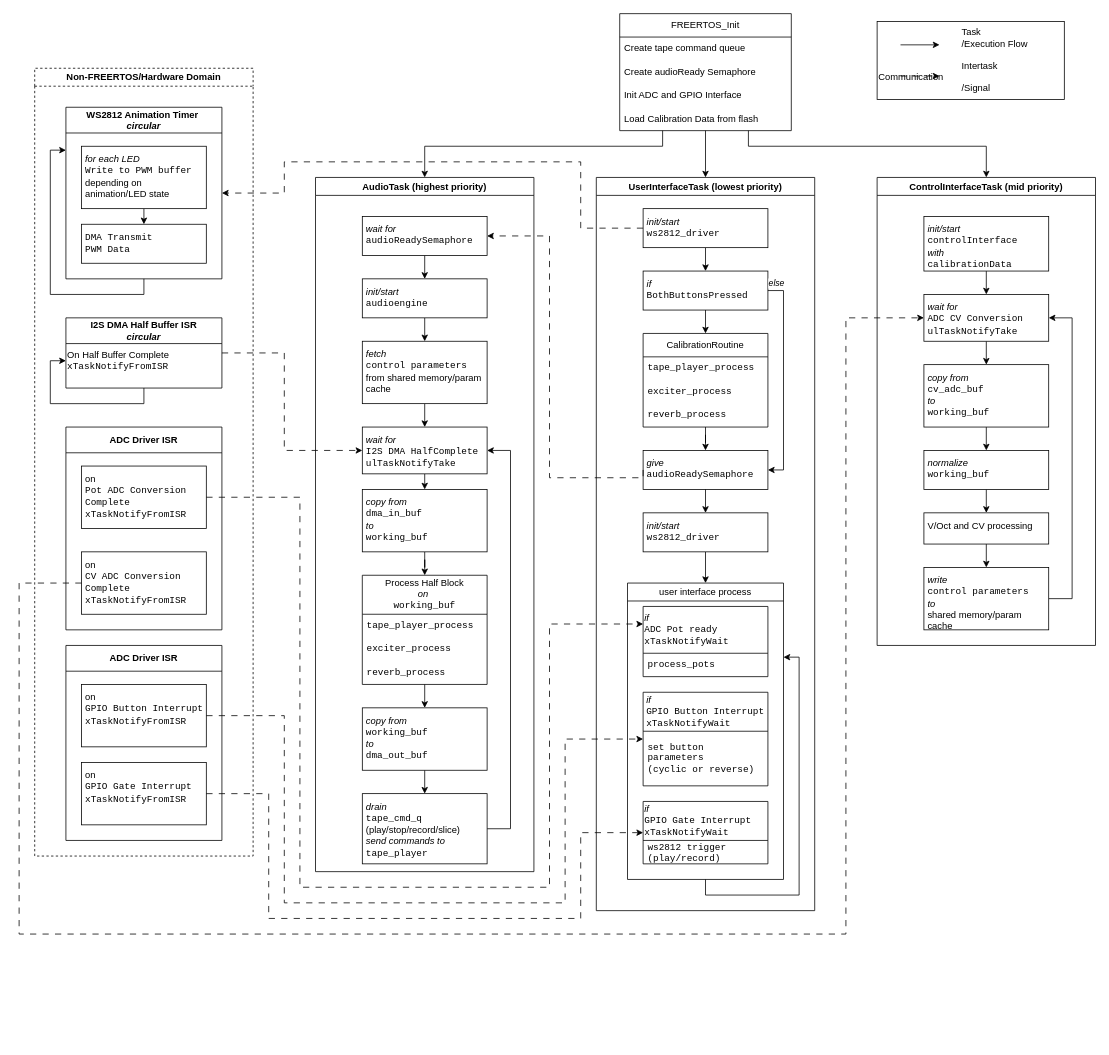
The draw.io diagram docs/ba/diagrams/freertos_flow_diagram.drawio in 95lux/aware01, before the edit. Source tidied: cells renumbered, new cells numbered last; positions are measured from the earlier drawing's top-left corner, leaving out a move shared by most shapes. Both pictures are drawn from the tidied source at 78%, with x=0, y=0 at pixel (19, 13).
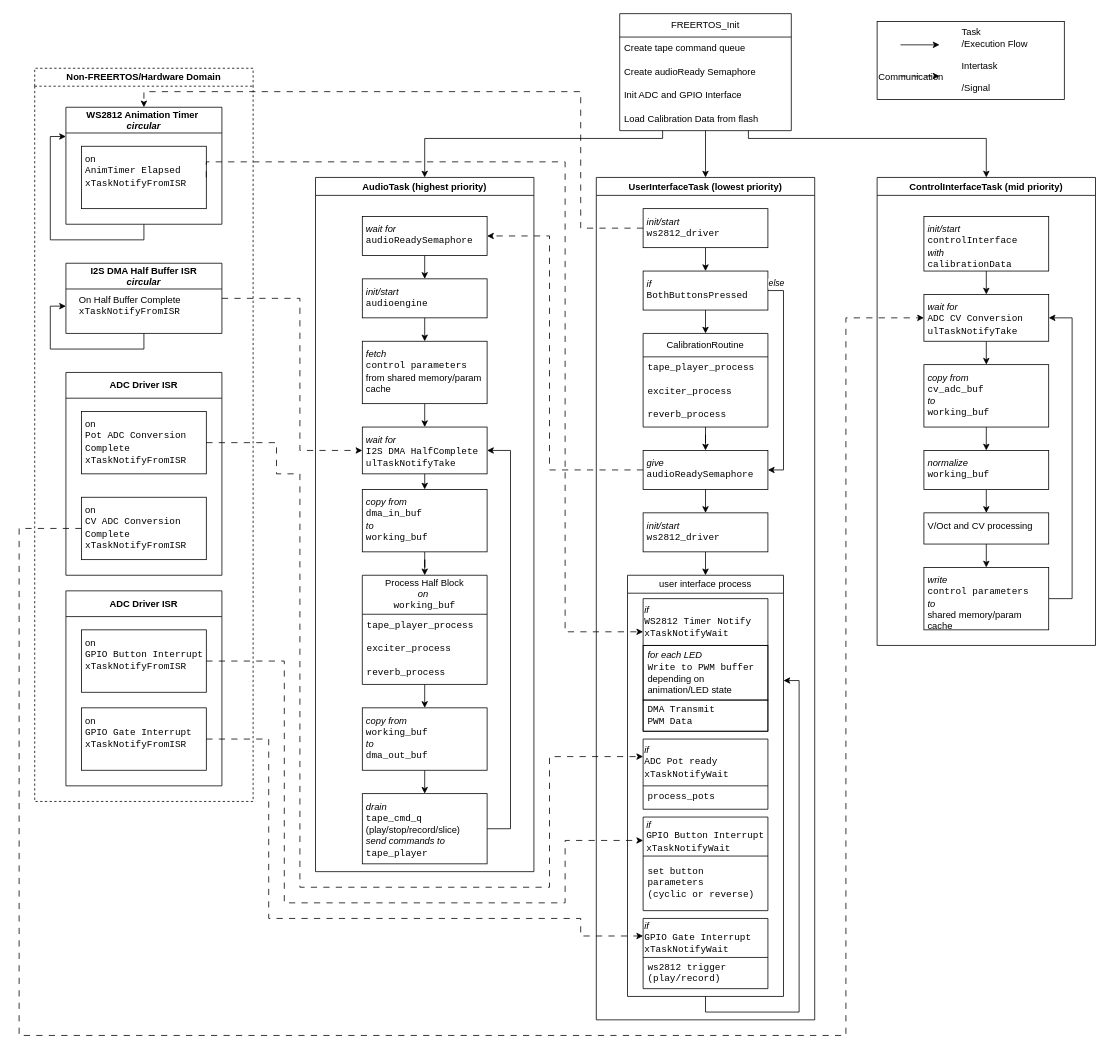
Above is the later version.

The change refers to these unchanged cells:
```xml
<mxCell id="5" value="FREERTOS_Init" style="swimlane;fontStyle=0;horizontal=1;startSize=30;whiteSpace=wrap;html=1;fontFamily=Latin Modern;points=[[0,0,0,0,0],[0,0.25,0,0,0],[0,0.5,0,0,0],[0,0.75,0,0,0],[0,1,0,0,0],[0.25,0,0,0,0],[0.25,1,0,0,0],[0.5,0,0,0,0],[0.5,1,0,0,0],[0.75,0,0,0,0],[0.75,1,0,0,0],[1,0,0,0,0],[1,0.25,0,0,0],[1,0.5,0,0,0],[1,0.75,0,0,0],[1,1,0,0,0]];" parent="1" vertex="1">
  <mxGeometry x="770" width="220" height="150" as="geometry" />
</mxCell>
<mxCell id="10" value="AudioTask (highest priority)" style="swimlane;whiteSpace=wrap;html=1;fontFamily=Latin Modern;" parent="1" vertex="1">
  <mxGeometry x="380" y="210" width="280" height="890" as="geometry" />
</mxCell>
<mxCell id="12" value="&lt;i&gt;wait for&lt;/i&gt;&lt;div&gt;&lt;font face=&quot;Courier New&quot;&gt;audioReadySemaphore&lt;/font&gt;&lt;/div&gt;" style="rounded=0;whiteSpace=wrap;html=1;align=left;verticalAlign=top;spacing=5;fontFamily=Latin Modern;" parent="10" vertex="1">
  <mxGeometry x="60" y="50" width="160" height="50" as="geometry" />
</mxCell>
<mxCell id="14" value="&lt;i&gt;&lt;font&gt;wait for&lt;/font&gt;&lt;/i&gt;&lt;div&gt;&lt;font face=&quot;Courier New&quot;&gt;I2S DMA HalfComplete&lt;/font&gt;&lt;/div&gt;&lt;div&gt;&lt;font face=&quot;Courier New&quot;&gt;ulTaskNotifyTake&lt;/font&gt;&lt;/div&gt;" style="rounded=0;whiteSpace=wrap;html=1;align=left;verticalAlign=top;spacingLeft=0;spacing=5;fontFamily=Latin Modern;" parent="10" vertex="1">
  <mxGeometry x="60" y="320" width="160" height="60" as="geometry" />
</mxCell>
<mxCell id="39" value="&lt;div&gt;&lt;i&gt;give&lt;/i&gt;&lt;/div&gt;&lt;div&gt;&lt;font face=&quot;Courier New&quot;&gt;audioReadySemaphore&lt;/font&gt;&lt;/div&gt;" style="rounded=0;whiteSpace=wrap;html=1;align=left;verticalAlign=top;spacingLeft=0;spacing=5;fontFamily=Latin Modern;" parent="31" vertex="1">
  <mxGeometry x="60" y="350" width="160" height="50" as="geometry" />
</mxCell>
<mxCell id="45" value="&lt;div&gt;&lt;i&gt;init/start&lt;/i&gt;&lt;/div&gt;&lt;div&gt;&lt;font face=&quot;Courier New&quot;&gt;ws2812_driver&lt;/font&gt;&lt;/div&gt;" style="rounded=0;whiteSpace=wrap;html=1;align=left;verticalAlign=top;spacing=5;fontFamily=Latin Modern;" parent="31" vertex="1">
  <mxGeometry x="60" y="40" width="160" height="50" as="geometry" />
</mxCell>
<mxCell id="56" value="&lt;strong&gt;ControlInterfaceTask (mid priority)&lt;/strong&gt;" style="swimlane;whiteSpace=wrap;html=1;fontFamily=Latin Modern;" parent="1" vertex="1">
  <mxGeometry x="1100" y="210" width="280" height="600" as="geometry" />
</mxCell>
<mxCell id="61" value="&lt;i&gt;&lt;font&gt;wait for&lt;/font&gt;&lt;/i&gt;&lt;div&gt;&lt;span style=&quot;font-family: &amp;quot;Courier New&amp;quot;; background-color: transparent; color: light-dark(rgb(0, 0, 0), rgb(255, 255, 255));&quot;&gt;ADC CV Conversion&lt;/span&gt;&lt;/div&gt;&lt;div&gt;&lt;span style=&quot;font-family: &amp;quot;Courier New&amp;quot;; background-color: transparent; color: light-dark(rgb(0, 0, 0), rgb(255, 255, 255));&quot;&gt;ulTaskNotifyTake&lt;/span&gt;&lt;/div&gt;" style="rounded=0;whiteSpace=wrap;html=1;align=left;verticalAlign=top;spacingLeft=0;spacing=5;fontFamily=Latin Modern;" parent="56" vertex="1">
  <mxGeometry x="60" y="150" width="160" height="60" as="geometry" />
</mxCell>
<mxCell id="74" value="&lt;div style=&quot;&quot;&gt;on&amp;nbsp;&lt;/div&gt;&lt;div style=&quot;&quot;&gt;&lt;font face=&quot;Courier New&quot;&gt;CV ADC&amp;nbsp;&lt;span style=&quot;background-color: transparent; color: light-dark(rgb(0, 0, 0), rgb(255, 255, 255));&quot;&gt;Conversion Complete&lt;/span&gt;&lt;/font&gt;&lt;/div&gt;&lt;div style=&quot;&quot;&gt;&lt;span style=&quot;font-family: &amp;quot;Courier New&amp;quot;; background-color: transparent; color: light-dark(rgb(0, 0, 0), rgb(255, 255, 255));&quot;&gt;xTaskNotifyFromISR&lt;/span&gt;&lt;/div&gt;" style="rounded=0;whiteSpace=wrap;html=1;align=left;verticalAlign=top;spacingLeft=0;spacing=5;fontFamily=Latin Modern;" parent="73" vertex="1">
  <mxGeometry x="20" y="160" width="160" height="80" as="geometry" />
</mxCell>
<mxCell id="75" value="&lt;div style=&quot;&quot;&gt;on&amp;nbsp;&lt;/div&gt;&lt;div style=&quot;&quot;&gt;&lt;font face=&quot;Courier New&quot;&gt;Pot ADC&amp;nbsp;&lt;span style=&quot;background-color: transparent; color: light-dark(rgb(0, 0, 0), rgb(255, 255, 255));&quot;&gt;Conversion Complete&lt;/span&gt;&lt;/font&gt;&lt;/div&gt;&lt;div style=&quot;&quot;&gt;&lt;span style=&quot;font-family: &amp;quot;Courier New&amp;quot;; background-color: transparent; color: light-dark(rgb(0, 0, 0), rgb(255, 255, 255));&quot;&gt;xTaskNotifyFromISR&lt;/span&gt;&lt;/div&gt;" style="rounded=0;whiteSpace=wrap;html=1;align=left;verticalAlign=top;spacingLeft=0;spacing=5;fontFamily=Latin Modern;" parent="73" vertex="1">
  <mxGeometry x="20" y="50" width="160" height="80" as="geometry" />
</mxCell>
<mxCell id="80" value="&lt;div style=&quot;&quot;&gt;&lt;div&gt;on&amp;nbsp;&lt;/div&gt;&lt;div&gt;&lt;span style=&quot;background-color: transparent; color: light-dark(rgb(0, 0, 0), rgb(255, 255, 255)); font-family: &amp;quot;Courier New&amp;quot;;&quot;&gt;GPIO Button Interrupt&lt;/span&gt;&lt;/div&gt;&lt;div&gt;&lt;span style=&quot;background-color: transparent; color: light-dark(rgb(0, 0, 0), rgb(255, 255, 255)); font-family: &amp;quot;Courier New&amp;quot;;&quot;&gt;xTaskNotifyFromISR&lt;/span&gt;&lt;/div&gt;&lt;/div&gt;" style="rounded=0;whiteSpace=wrap;html=1;align=left;verticalAlign=top;spacingLeft=0;spacing=5;fontFamily=Latin Modern;" parent="79" vertex="1">
  <mxGeometry x="20" y="50" width="160" height="80" as="geometry" />
</mxCell>
<mxCell id="81" value="&lt;div style=&quot;&quot;&gt;on&amp;nbsp;&lt;/div&gt;&lt;div style=&quot;&quot;&gt;&lt;span style=&quot;background-color: transparent; color: light-dark(rgb(0, 0, 0), rgb(255, 255, 255)); font-family: &amp;quot;Courier New&amp;quot;;&quot;&gt;GPIO Gate Interrupt&lt;/span&gt;&lt;/div&gt;&lt;div style=&quot;&quot;&gt;&lt;span style=&quot;background-color: transparent; color: light-dark(rgb(0, 0, 0), rgb(255, 255, 255)); font-family: &amp;quot;Courier New&amp;quot;;&quot;&gt;xTaskNotifyFromISR&lt;/span&gt;&lt;/div&gt;" style="rounded=0;whiteSpace=wrap;html=1;align=left;verticalAlign=top;spacingLeft=0;spacing=5;fontFamily=Latin Modern;" parent="79" vertex="1">
  <mxGeometry x="20" y="150" width="160" height="80" as="geometry" />
</mxCell>
```

The edit, as a diff of the source:
```diff
@@
     <mxCell id="2" style="edgeStyle=orthogonalEdgeStyle;rounded=0;jettySize=auto;html=1;exitX=0.25;exitY=1;exitDx=0;exitDy=0;exitPerimeter=0;entryX=0.5;entryY=0;entryDx=0;entryDy=0;" parent="1" edge="1" source="5" target="10">
       <mxGeometry relative="1" as="geometry">
         <Array as="points">
-          <mxPoint x="825" y="170" />
-          <mxPoint x="520" y="170" />
+          <mxPoint x="825" y="160" />
+          <mxPoint x="520" y="160" />
         </Array>
       </mxGeometry>
     </mxCell>
@@
     <mxCell id="4" style="edgeStyle=orthogonalEdgeStyle;rounded=0;jettySize=auto;html=1;exitX=0.75;exitY=1;exitDx=0;exitDy=0;exitPerimeter=0;entryX=0.5;entryY=0;entryDx=0;entryDy=0;" parent="1" edge="1" source="5" target="56">
       <mxGeometry relative="1" as="geometry">
         <Array as="points">
-          <mxPoint x="935" y="170" />
-          <mxPoint x="1240" y="170" />
+          <mxPoint x="935" y="160" />
+          <mxPoint x="1240" y="160" />
         </Array>
       </mxGeometry>
     </mxCell>
@@
     <mxCell id="30" style="edgeStyle=orthogonalEdgeStyle;rounded=0;jettySize=auto;html=1;exitX=1;exitY=0.5;exitDx=0;exitDy=0;entryX=0;entryY=0.5;entryDx=0;entryDy=0;dashed=1;dashPattern=8 8;" parent="1" edge="1" source="76" target="14">
       <mxGeometry relative="1" as="geometry">
         <Array as="points">
-          <mxPoint x="340" y="435" />
-          <mxPoint x="340" y="560" />
+          <mxPoint x="360" y="365" />
+          <mxPoint x="360" y="560" />
         </Array>
       </mxGeometry>
     </mxCell>
     <mxCell id="31" value="&lt;strong&gt;UserInterfaceTask (lowest priority)&lt;/strong&gt;" style="swimlane;whiteSpace=wrap;html=1;fontFamily=Latin Modern;" parent="1" vertex="1">
-      <mxGeometry x="740" y="210" width="280" height="940" as="geometry" />
+      <mxGeometry x="740" y="210" width="280" height="1080" as="geometry" />
     </mxCell>
@@
     <mxCell id="46" value="&lt;span style=&quot;font-weight: normal;&quot;&gt;user interface process&lt;/span&gt;" style="swimlane;whiteSpace=wrap;html=1;" parent="31" vertex="1">
-      <mxGeometry x="40" y="520" width="200" height="380" as="geometry" />
+      <mxGeometry x="40" y="510" width="200" height="540" as="geometry" />
     </mxCell>
     <mxCell id="47" value="&lt;div style=&quot;&quot;&gt;&lt;i&gt;if&amp;nbsp;&lt;/i&gt;&lt;/div&gt;&lt;div style=&quot;&quot;&gt;&lt;font face=&quot;Courier New&quot;&gt;GPIO Gate Interrupt&lt;/font&gt;&lt;/div&gt;&lt;div style=&quot;&quot;&gt;&lt;font face=&quot;Courier New&quot;&gt;xTaskNotifyWait&lt;/font&gt;&lt;/div&gt;" style="swimlane;fontStyle=0;horizontal=1;startSize=50;whiteSpace=wrap;html=1;fontFamily=Latin Modern;align=left;" parent="46" vertex="1">
-      <mxGeometry x="20" y="280" width="160" height="80" as="geometry" />
+      <mxGeometry x="20" y="440" width="160" height="90" as="geometry" />
     </mxCell>
     <mxCell id="48" value="ws2812 trigger (play/record)" style="text;strokeColor=none;fillColor=none;align=left;verticalAlign=middle;spacingLeft=4;spacingRight=4;overflow=hidden;whiteSpace=wrap;html=1;fontFamily=Courier New;" parent="47" vertex="1">
-      <mxGeometry y="50" width="160" height="30" as="geometry" />
+      <mxGeometry y="50" width="160" height="40" as="geometry" />
     </mxCell>
     <mxCell id="49" value="&lt;div style=&quot;&quot;&gt;&lt;i&gt;if&amp;nbsp;&lt;/i&gt;&lt;/div&gt;&lt;div style=&quot;&quot;&gt;&lt;font face=&quot;Courier New&quot;&gt;ADC Pot ready&lt;/font&gt;&lt;/div&gt;&lt;div style=&quot;&quot;&gt;&lt;font face=&quot;Courier New&quot;&gt;xTaskNotifyWait&lt;/font&gt;&lt;/div&gt;" style="swimlane;fontStyle=0;horizontal=1;startSize=60;whiteSpace=wrap;html=1;fontFamily=Latin Modern;align=left;" parent="46" vertex="1">
-      <mxGeometry x="20" y="30" width="160" height="90" as="geometry" />
+      <mxGeometry x="20" y="210" width="160" height="90" as="geometry" />
     </mxCell>
@@
     <mxCell id="51" value="&lt;div style=&quot;text-align: left;&quot;&gt;&lt;i&gt;if&amp;nbsp;&lt;/i&gt;&lt;/div&gt;&lt;div style=&quot;text-align: left;&quot;&gt;&lt;font face=&quot;Courier New&quot;&gt;GPIO Button Interrupt&lt;/font&gt;&lt;/div&gt;&lt;div style=&quot;text-align: left;&quot;&gt;&lt;font face=&quot;Courier New&quot;&gt;xTaskNotifyWait&lt;/font&gt;&lt;/div&gt;" style="swimlane;fontStyle=0;horizontal=1;startSize=50;whiteSpace=wrap;html=1;fontFamily=Latin Modern;" parent="46" vertex="1">
-      <mxGeometry x="20" y="140" width="160" height="120" as="geometry" />
+      <mxGeometry x="20" y="310" width="160" height="120" as="geometry" />
     </mxCell>
@@
+    <mxCell id="96" value="&lt;div style=&quot;&quot;&gt;&lt;i&gt;if&amp;nbsp;&lt;/i&gt;&lt;/div&gt;&lt;div style=&quot;&quot;&gt;&lt;span style=&quot;font-family: &amp;quot;Courier New&amp;quot;; background-color: transparent; color: light-dark(rgb(0, 0, 0), rgb(255, 255, 255));&quot;&gt;WS2812 Timer Notify xTaskNotifyWait&lt;/span&gt;&lt;/div&gt;" style="swimlane;fontStyle=0;horizontal=1;startSize=60;whiteSpace=wrap;html=1;fontFamily=Latin Modern;align=left;" parent="46" vertex="1">
+      <mxGeometry x="20" y="30" width="160" height="170" as="geometry" />
+    </mxCell>
+    <mxCell id="84" value="&lt;i style=&quot;font-family: &amp;quot;Latin Modern&amp;quot;;&quot;&gt;for each LED&lt;/i&gt;&lt;div style=&quot;font-family: &amp;quot;Latin Modern&amp;quot;;&quot;&gt;&lt;font face=&quot;Courier New&quot;&gt;Write to PWM buffer&lt;/font&gt;&lt;/div&gt;&lt;div style=&quot;font-family: &amp;quot;Latin Modern&amp;quot;;&quot;&gt;depending on animation/LED state&lt;/div&gt;" style="text;strokeColor=default;fillColor=none;align=left;verticalAlign=middle;spacingLeft=4;spacingRight=4;overflow=hidden;points=[[0,0.5],[1,0.5]];portConstraint=eastwest;whiteSpace=wrap;html=1;fontFamily=Courier New;" parent="96" vertex="1">
+      <mxGeometry y="60" width="160" height="70" as="geometry" />
+    </mxCell>
+    <mxCell id="85" value="&lt;font face=&quot;Courier New&quot;&gt;DMA Transmit&lt;/font&gt;&lt;div style=&quot;font-family: &amp;quot;Latin Modern&amp;quot;;&quot;&gt;&lt;font face=&quot;Courier New&quot;&gt;PWM Data&lt;/font&gt;&lt;/div&gt;" style="text;strokeColor=default;fillColor=none;align=left;verticalAlign=middle;spacingLeft=4;spacingRight=4;overflow=hidden;points=[[0,0.5],[1,0.5]];portConstraint=eastwest;whiteSpace=wrap;html=1;fontFamily=Courier New;" parent="96" vertex="1">
+      <mxGeometry y="130" width="160" height="40" as="geometry" />
+    </mxCell>
@@
     <mxCell id="70" style="edgeStyle=orthogonalEdgeStyle;rounded=0;jettySize=auto;html=1;exitX=0;exitY=0.5;exitDx=0;exitDy=0;entryX=1;entryY=0.5;entryDx=0;entryDy=0;dashed=1;dashPattern=8 8;" parent="1" edge="1" source="39" target="12">
       <mxGeometry relative="1" as="geometry">
         <Array as="points">
-          <mxPoint x="680" y="595" />
+          <mxPoint x="680" y="585" />
           <mxPoint x="680" y="285" />
         </Array>
       </mxGeometry>
     </mxCell>
     <mxCell id="71" value="Non-FREERTOS/Hardware Domain" style="swimlane;whiteSpace=wrap;html=1;fontFamily=Latin Modern;dashed=1;" parent="1" vertex="1">
-      <mxGeometry x="20" y="70" width="280" height="1010" as="geometry" />
+      <mxGeometry x="20" y="70" width="280" height="940" as="geometry" />
     </mxCell>
@@
     <mxCell id="73" value="ADC Driver ISR" style="swimlane;whiteSpace=wrap;html=1;fontFamily=Latin Modern;startSize=33;" parent="71" vertex="1">
-      <mxGeometry x="40" y="460" width="200" height="260" as="geometry" />
+      <mxGeometry x="40" y="390" width="200" height="260" as="geometry" />
     </mxCell>
@@
     <mxCell id="76" value="I2S DMA Half Buffer ISR&lt;div&gt;&lt;i&gt;circular&lt;/i&gt;&lt;/div&gt;" style="swimlane;whiteSpace=wrap;html=1;fontFamily=Latin Modern;startSize=33;" parent="71" vertex="1">
-      <mxGeometry x="40" y="320" width="200" height="90" as="geometry" />
+      <mxGeometry x="40" y="250" width="200" height="90" as="geometry" />
     </mxCell>
-    <mxCell id="77" style="edgeStyle=orthogonalEdgeStyle;rounded=0;jettySize=auto;html=1;entryX=0;entryY=0.5;entryDx=0;entryDy=0;" parent="76" edge="1" target="78">
+    <mxCell id="77" style="edgeStyle=orthogonalEdgeStyle;rounded=0;orthogonalLoop=1;jettySize=auto;html=1;" parent="76" edge="1">
       <mxGeometry relative="1" as="geometry">
         <mxPoint x="100" y="90" as="sourcePoint" />
+        <mxPoint y="55" as="targetPoint" />
         <Array as="points">
           <mxPoint x="100" y="110" />
           <mxPoint x="-20" y="110" />
           <mxPoint x="-20" y="55" />
         </Array>
       </mxGeometry>
     </mxCell>
     <mxCell id="78" value="&lt;div&gt;On Half Buffer Complete&lt;/div&gt;&lt;font face=&quot;Courier New&quot;&gt;xTaskNotifyFromISR&lt;/font&gt;" style="text;html=1;whiteSpace=wrap;strokeColor=none;fillColor=none;align=left;verticalAlign=middle;rounded=0;fontFamily=Latin Modern;" parent="76" vertex="1">
-      <mxGeometry y="30" width="170" height="50" as="geometry" />
+      <mxGeometry x="15" y="30" width="170" height="50" as="geometry" />
     </mxCell>
     <mxCell id="79" value="ADC Driver ISR" style="swimlane;whiteSpace=wrap;html=1;fontFamily=Latin Modern;startSize=33;" parent="71" vertex="1">
-      <mxGeometry x="40" y="740" width="200" height="250" as="geometry" />
+      <mxGeometry x="40" y="670" width="200" height="250" as="geometry" />
     </mxCell>
@@
     <mxCell id="82" value="&lt;div&gt;WS2812 Animation Timer&amp;nbsp;&lt;/div&gt;&lt;div&gt;&lt;i&gt;circular&lt;/i&gt;&lt;/div&gt;" style="swimlane;whiteSpace=wrap;html=1;fontFamily=Latin Modern;startSize=33;" parent="71" vertex="1">
-      <mxGeometry x="40" y="50" width="200" height="220" as="geometry" />
+      <mxGeometry x="40" y="50" width="200" height="150" as="geometry" />
     </mxCell>
-    <mxCell id="83" style="edgeStyle=orthogonalEdgeStyle;rounded=0;jettySize=auto;html=1;exitX=0.5;exitY=1;exitDx=0;exitDy=0;entryX=0.5;entryY=0;entryDx=0;entryDy=0;" parent="82" edge="1" source="84" target="85">
-      <mxGeometry relative="1" as="geometry" />
-    </mxCell>
-    <mxCell id="84" value="&lt;i&gt;for each LED&lt;/i&gt;&lt;div&gt;&lt;font face=&quot;Courier New&quot;&gt;Write to PWM buffer&lt;/font&gt;&lt;/div&gt;&lt;div&gt;depending on animation/LED state&lt;/div&gt;" style="rounded=0;whiteSpace=wrap;html=1;align=left;verticalAlign=top;spacingLeft=0;spacing=5;fontFamily=Latin Modern;" parent="82" vertex="1">
-      <mxGeometry x="20" y="50" width="160" height="80" as="geometry" />
-    </mxCell>
-    <mxCell id="85" value="&lt;font face=&quot;Courier New&quot; style=&quot;&quot;&gt;DMA Transmit&lt;/font&gt;&lt;div&gt;&lt;font face=&quot;Courier New&quot;&gt;PWM Data&lt;/font&gt;&lt;/div&gt;" style="rounded=0;whiteSpace=wrap;html=1;align=left;verticalAlign=top;spacingLeft=0;spacing=5;fontFamily=Latin Modern;" parent="82" vertex="1">
-      <mxGeometry x="20" y="150" width="160" height="50" as="geometry" />
-    </mxCell>
+    <mxCell id="97" value="&lt;div style=&quot;&quot;&gt;on&amp;nbsp;&lt;/div&gt;&lt;div style=&quot;&quot;&gt;&lt;span style=&quot;background-color: transparent; color: light-dark(rgb(0, 0, 0), rgb(255, 255, 255)); font-family: &amp;quot;Courier New&amp;quot;;&quot;&gt;AnimTimer Elapsed&lt;/span&gt;&lt;/div&gt;&lt;div style=&quot;&quot;&gt;&lt;span style=&quot;background-color: transparent; color: light-dark(rgb(0, 0, 0), rgb(255, 255, 255)); font-family: &amp;quot;Courier New&amp;quot;;&quot;&gt;xTaskNotifyFromISR&lt;/span&gt;&lt;/div&gt;" style="rounded=0;whiteSpace=wrap;html=1;align=left;verticalAlign=top;spacingLeft=0;spacing=5;fontFamily=Latin Modern;" parent="82" vertex="1">
+      <mxGeometry x="20" y="50" width="160" height="80" as="geometry" />
+    </mxCell>
     <mxCell id="86" style="edgeStyle=orthogonalEdgeStyle;rounded=0;orthogonalLoop=1;jettySize=auto;html=1;exitX=0.5;exitY=1;exitDx=0;exitDy=0;entryX=0;entryY=0.25;entryDx=0;entryDy=0;" parent="71" edge="1" source="82" target="82">
       <mxGeometry relative="1" as="geometry">
         <Array as="points">
-          <mxPoint x="140" y="290" />
-          <mxPoint x="20" y="290" />
-          <mxPoint x="20" y="105" />
+          <mxPoint x="140" y="220" />
+          <mxPoint x="20" y="220" />
+          <mxPoint x="20" y="88" />
+          <mxPoint x="40" y="88" />
         </Array>
       </mxGeometry>
     </mxCell>
-    <mxCell id="87" style="edgeStyle=orthogonalEdgeStyle;rounded=0;jettySize=auto;html=1;exitX=0;exitY=0.5;exitDx=0;exitDy=0;entryX=1;entryY=0.5;entryDx=0;entryDy=0;dashed=1;dashPattern=8 8;" parent="1" edge="1" source="45" target="82">
+    <mxCell id="87" style="edgeStyle=orthogonalEdgeStyle;rounded=0;jettySize=auto;html=1;exitX=0;exitY=0.5;exitDx=0;exitDy=0;entryX=0.5;entryY=0;entryDx=0;entryDy=0;dashed=1;dashPattern=8 8;" parent="1" edge="1" source="45" target="82">
       <mxGeometry relative="1" as="geometry">
         <Array as="points">
           <mxPoint x="720" y="275" />
-          <mxPoint x="720" y="190" />
-          <mxPoint x="340" y="190" />
-          <mxPoint x="340" y="230" />
+          <mxPoint x="720" y="100" />
+          <mxPoint x="160" y="100" />
         </Array>
       </mxGeometry>
     </mxCell>
     <mxCell id="88" style="edgeStyle=orthogonalEdgeStyle;rounded=0;jettySize=auto;html=1;exitX=1;exitY=0.5;exitDx=0;exitDy=0;entryX=0;entryY=0.25;entryDx=0;entryDy=0;dashed=1;dashPattern=8 8;" parent="1" edge="1" source="75" target="49">
       <mxGeometry relative="1" as="geometry">
         <Array as="points">
-          <mxPoint x="360" y="620" />
+          <mxPoint x="330" y="550" />
+          <mxPoint x="330" y="590" />
+          <mxPoint x="360" y="590" />
           <mxPoint x="360" y="1120" />
           <mxPoint x="680" y="1120" />
-          <mxPoint x="680" y="783" />
-          <mxPoint x="800" y="783" />
+          <mxPoint x="680" y="952" />
         </Array>
       </mxGeometry>
     </mxCell>
-    <mxCell id="89" style="edgeStyle=orthogonalEdgeStyle;rounded=0;jettySize=auto;html=1;exitX=1;exitY=0.5;exitDx=0;exitDy=0;entryX=0;entryY=0.5;entryDx=0;entryDy=0;dashed=1;dashPattern=8 8;" parent="1" edge="1" source="81" target="47">
+    <mxCell id="89" style="edgeStyle=orthogonalEdgeStyle;rounded=0;jettySize=auto;html=1;exitX=1;exitY=0.5;exitDx=0;exitDy=0;entryX=0;entryY=0.25;entryDx=0;entryDy=0;dashed=1;dashPattern=8 8;" parent="1" edge="1" source="81" target="47">
       <mxGeometry relative="1" as="geometry">
         <Array as="points">
-          <mxPoint x="320" y="1000" />
+          <mxPoint x="320" y="930" />
           <mxPoint x="320" y="1160" />
           <mxPoint x="720" y="1160" />
-          <mxPoint x="720" y="1050" />
+          <mxPoint x="720" y="1183" />
+          <mxPoint x="800" y="1183" />
         </Array>
       </mxGeometry>
     </mxCell>
-    <mxCell id="90" style="edgeStyle=orthogonalEdgeStyle;rounded=0;jettySize=auto;html=1;exitX=1;exitY=0.5;exitDx=0;exitDy=0;entryX=0;entryY=0.5;entryDx=0;entryDy=0;dashed=1;dashPattern=8 8;" parent="1" edge="1" source="80" target="51">
+    <mxCell id="90" style="edgeStyle=orthogonalEdgeStyle;rounded=0;jettySize=auto;html=1;exitX=1;exitY=0.5;exitDx=0;exitDy=0;entryX=0;entryY=0.25;entryDx=0;entryDy=0;dashed=1;dashPattern=8 8;" parent="1" edge="1" source="80" target="51">
       <mxGeometry relative="1" as="geometry">
         <Array as="points">
-          <mxPoint x="340" y="900" />
+          <mxPoint x="340" y="830" />
           <mxPoint x="340" y="1140" />
           <mxPoint x="700" y="1140" />
-          <mxPoint x="700" y="930" />
+          <mxPoint x="700" y="1060" />
         </Array>
       </mxGeometry>
     </mxCell>
     <mxCell id="91" style="edgeStyle=orthogonalEdgeStyle;rounded=0;jettySize=auto;html=1;exitX=0;exitY=0.5;exitDx=0;exitDy=0;dashed=1;dashPattern=8 8;entryX=0;entryY=0.5;entryDx=0;entryDy=0;" parent="1" edge="1" source="74" target="61">
       <mxGeometry relative="1" as="geometry">
         <Array as="points">
-          <mxPoint y="730" />
-          <mxPoint y="1180" />
-          <mxPoint x="1060" y="1180" />
+          <mxPoint y="660" />
+          <mxPoint y="1310" />
+          <mxPoint x="1060" y="1310" />
           <mxPoint x="1060" y="390" />
         </Array>
       </mxGeometry>
     </mxCell>
@@
+    <mxCell id="98" style="edgeStyle=orthogonalEdgeStyle;rounded=0;jettySize=auto;html=1;exitX=1;exitY=0.5;exitDx=0;exitDy=0;entryX=0;entryY=0.25;entryDx=0;entryDy=0;dashed=1;dashPattern=8 8;jumpStyle=gap;" parent="1" edge="1" source="97" target="96">
+      <mxGeometry relative="1" as="geometry">
+        <Array as="points">
+          <mxPoint x="240" y="190" />
+          <mxPoint x="700" y="190" />
+          <mxPoint x="700" y="793" />
+          <mxPoint x="800" y="793" />
+        </Array>
+      </mxGeometry>
+    </mxCell>
```
